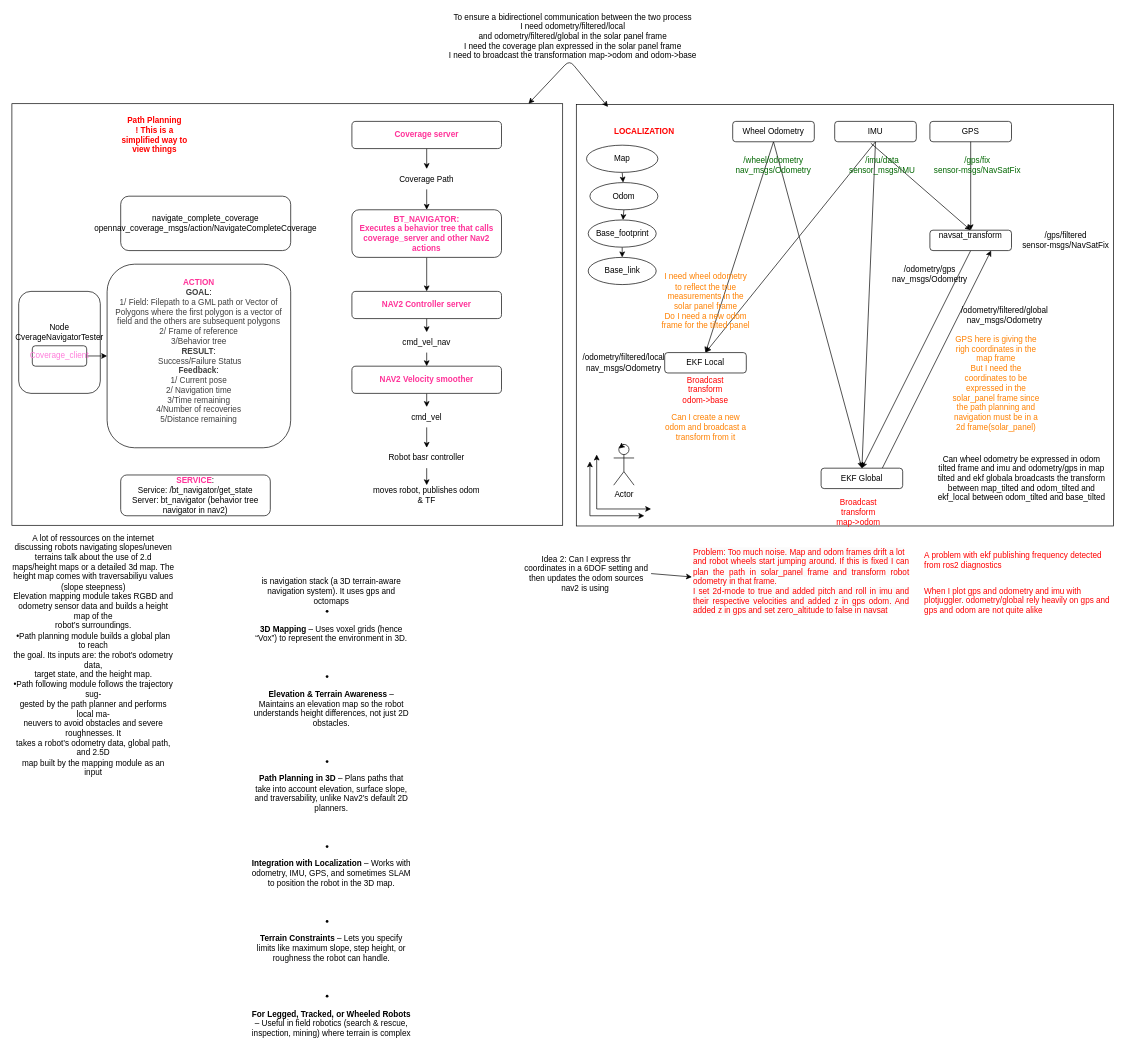
The draw.io diagram src/localization_pipeline.drawio in Mmanell/Autonomous-Solar-Panels-Cleaning-Robot, before the edit. Source tidied: cells renumbered, new cells numbered last; positions are measured from the earlier drawing's top-left corner, leaving out a move shared by most shapes. Both pictures are drawn from the tidied source at 68%, with x=0, y=0 at pixel (12, 33).
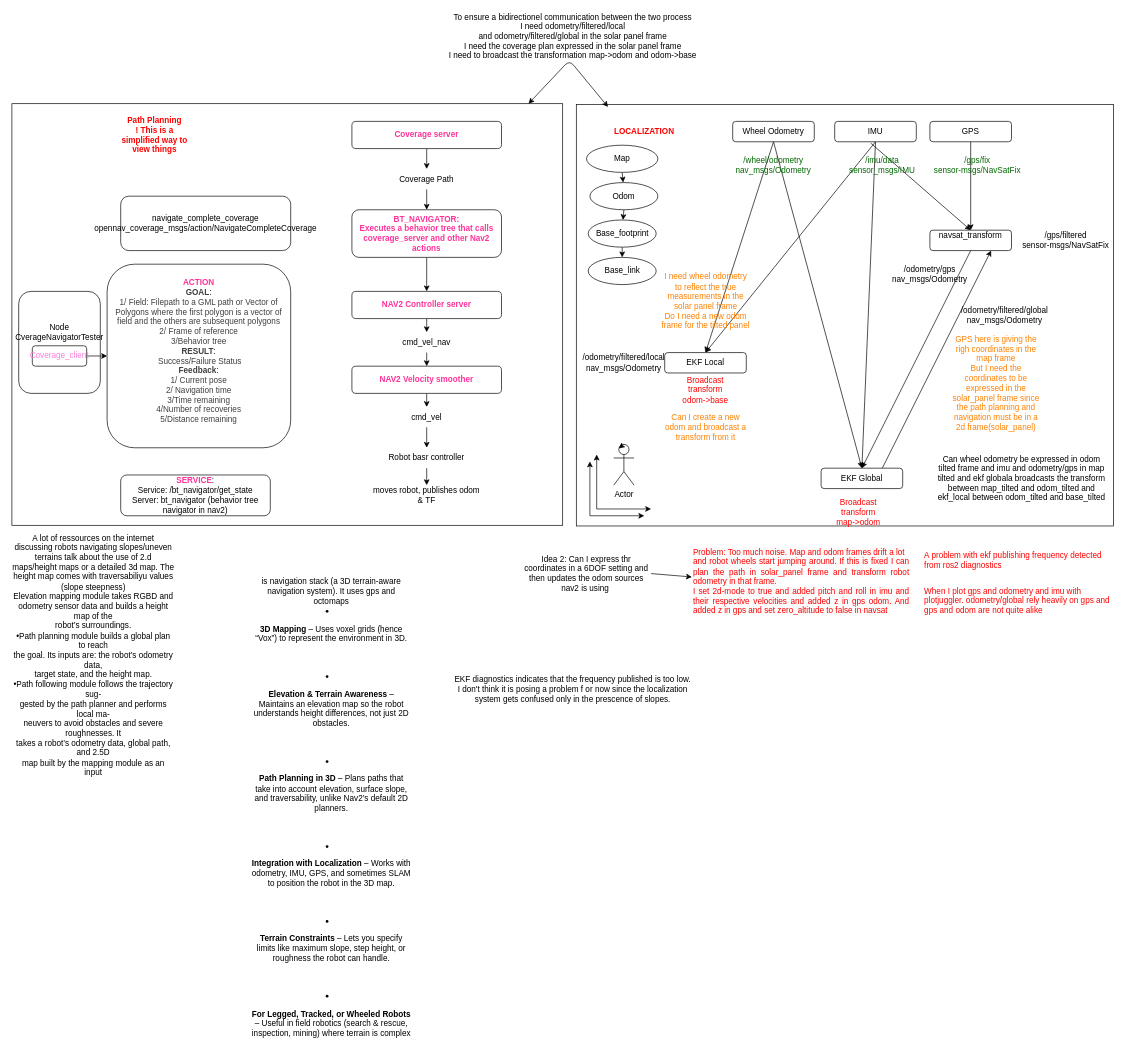
The same diagram, later.

Diff of the diagram source:
```diff
@@
+    <mxCell id="80" value="EKF diagnostics indicates that the frequency published is too low. I don't think it is posing a problem f or now since the localization system gets confused only in the prescence of slopes." style="text;html=1;align=center;verticalAlign=middle;whiteSpace=wrap;rounded=0;" parent="1" vertex="1">
+      <mxGeometry x="650" y="950" width="350" height="30" as="geometry" />
+    </mxCell>
```
